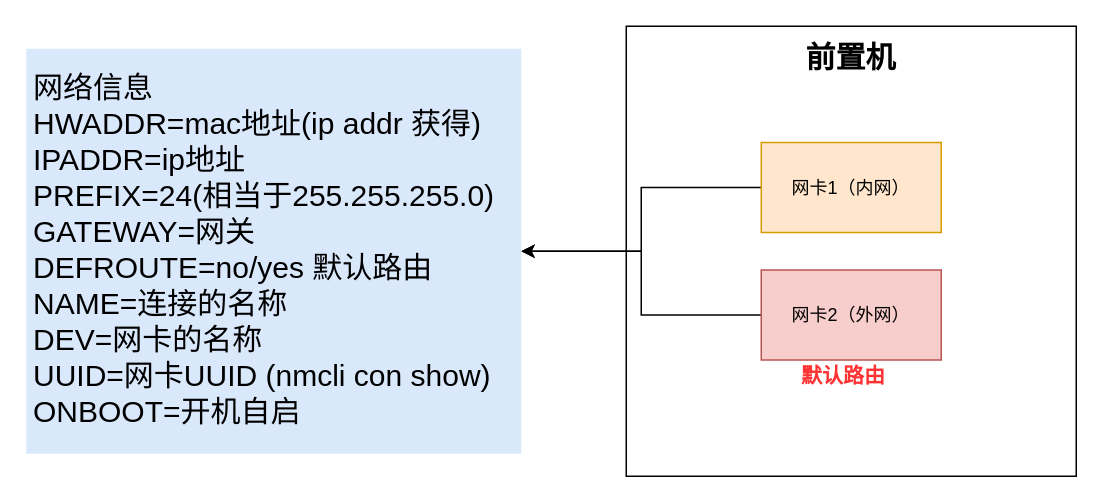
Earlier version of the draw.io diagram 一体机内网网.drawio (jackshenjunkai/drawio). Source tidied: cells renumbered, new cells numbered last; positions are measured from the earlier drawing's top-left corner, leaving out a move shared by most shapes. Both pictures are drawn from the tidied source at 150%, with x=0, y=0 at pixel (26, 26).
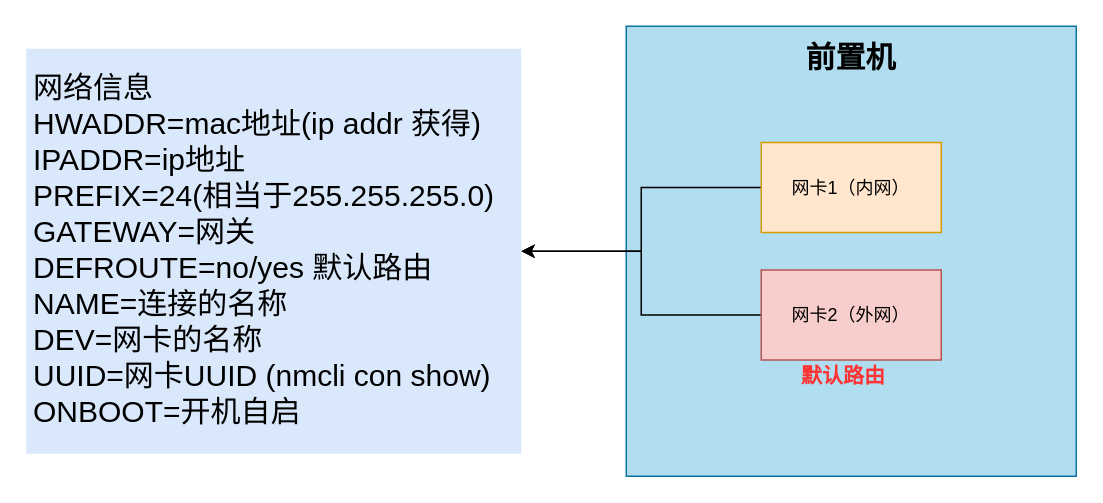
After the change.

Commit message:
更新一体机内网网.drawio

The edit, as a diff of the source:
```diff
@@
 <mxGraphModel background="#ffffff">
   <root>
     <mxCell id="0" />
     <mxCell id="1" parent="0" />
-    <mxCell id="2" style="whiteSpace=wrap;html=1;" parent="1" vertex="1">
+    <mxCell id="2" style="whiteSpace=wrap;html=1;fillColor=#b1ddf0;strokeColor=#10739e;" parent="1" vertex="1">
       <mxGeometry x="400" width="300" height="300" as="geometry" />
     </mxCell>
     <mxCell id="3" style="edgeStyle=orthogonalEdgeStyle;rounded=0;jettySize=auto;html=1;exitX=0;exitY=0.5;exitDx=0;exitDy=0;entryX=1;entryY=0.5;entryDx=0;entryDy=0;fontSize=20;" parent="1" edge="1" source="4" target="8">
       <mxGeometry relative="1" as="geometry" />
     </mxCell>
     <mxCell id="4" value="网卡1（内网）" style="rounded=0;whiteSpace=wrap;html=1;fillColor=#ffe6cc;strokeColor=#d79b00;" parent="1" vertex="1">
       <mxGeometry x="490" y="77.5" width="120" height="60" as="geometry" />
     </mxCell>
     <mxCell id="5" style="edgeStyle=orthogonalEdgeStyle;rounded=0;jettySize=auto;html=1;exitX=0;exitY=0.5;exitDx=0;exitDy=0;entryX=1;entryY=0.5;entryDx=0;entryDy=0;fontSize=20;" parent="1" edge="1" source="6" target="8">
       <mxGeometry relative="1" as="geometry" />
     </mxCell>
     <mxCell id="6" value="网卡2（外网）" style="rounded=0;whiteSpace=wrap;html=1;fillColor=#f8cecc;strokeColor=#b85450;" parent="1" vertex="1">
       <mxGeometry x="490" y="162.5" width="120" height="60" as="geometry" />
     </mxCell>
     <mxCell id="7" value="前置机" style="text;html=1;strokeColor=none;fillColor=none;align=center;verticalAlign=middle;whiteSpace=wrap;rounded=0;fontSize=20;fontStyle=1;" parent="1" vertex="1">
       <mxGeometry x="490" y="10" width="120" height="20" as="geometry" />
     </mxCell>
     <mxCell id="8" value="&lt;br&gt;网络信息&lt;br&gt;HWADDR=mac地址(ip addr&amp;nbsp;获得)&lt;br&gt;IPADDR=ip地址&lt;br&gt;PREFIX=24(相当于255.255.255.0)&lt;br&gt;GATEWAY=网关&lt;br&gt;DEFROUTE=no/yes&amp;nbsp;默认路由&lt;br&gt;NAME=连接的名称&lt;br&gt;DEV=网卡的名称&lt;br&gt;UUID=网卡UUID (nmcli con show)&lt;br&gt;ONBOOT=开机自启&lt;br&gt;" style="text;html=1;strokeColor=none;fillColor=#dae8fc;spacing=5;spacingTop=-20;whiteSpace=wrap;overflow=hidden;rounded=0;fontSize=20;" parent="1" vertex="1">
       <mxGeometry y="15" width="330" height="270" as="geometry" />
     </mxCell>
     <mxCell id="9" value="默认路由" style="text;html=1;strokeColor=none;fillColor=none;align=center;verticalAlign=middle;whiteSpace=wrap;rounded=0;fontSize=14;fontColor=#FF3333;fontStyle=1;" parent="1" vertex="1">
       <mxGeometry x="480" y="222.5" width="130" height="20" as="geometry" />
     </mxCell>
   </root>
 </mxGraphModel>
```
